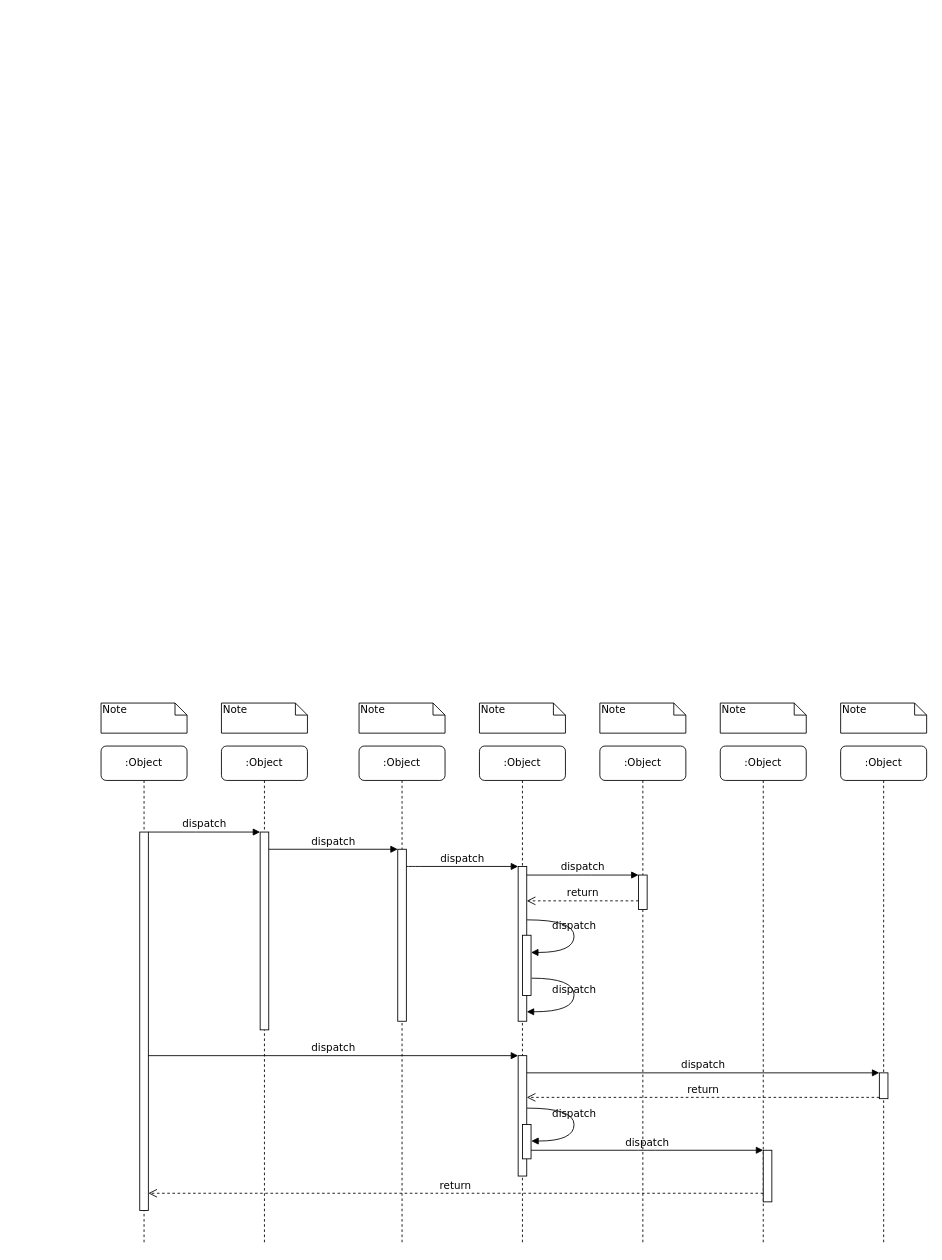
Before: Biểu đồ không có tiêu đề.drawio in trandai2k17/aspnet_html, a draw.io diagram. Source tidied: cells renumbered, new cells numbered last; positions are measured from the earlier drawing's top-left corner, leaving out a move shared by most shapes. Both pictures are drawn from the tidied source at 86%, with x=0, y=0 at pixel (101, 703).
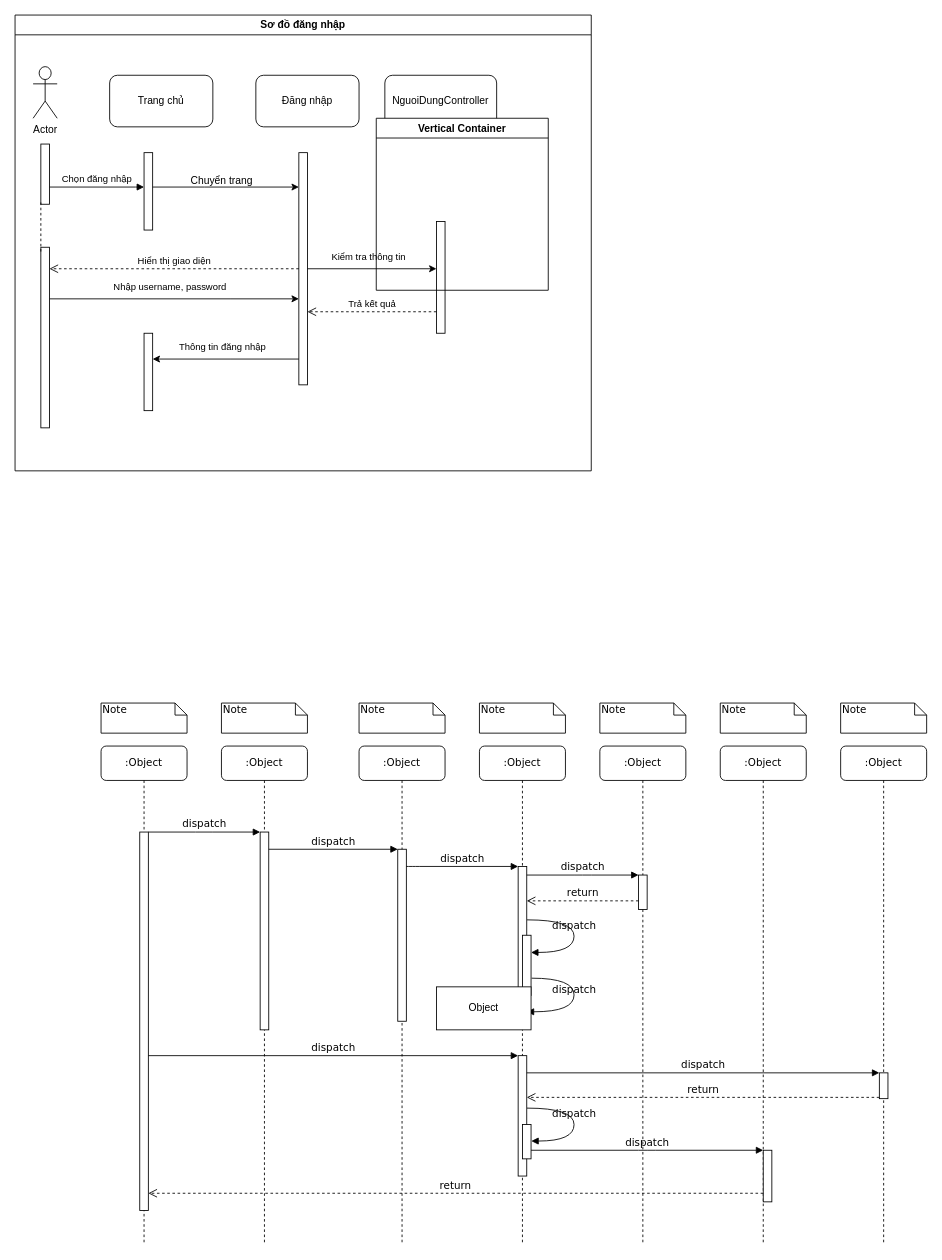
The same diagram, later.

Commit message:
Cập nhật Biểu đồ không có tiêu đề.drawio

Diff of the diagram source:
```diff
@@
+    <mxCell id="39" value="Object" style="html=1;whiteSpace=wrap;" parent="1" vertex="1">
+      <mxGeometry x="390" y="330" width="110" height="50" as="geometry" />
+    </mxCell>
+    <mxCell id="40" value="Actor" style="shape=umlActor;verticalLabelPosition=bottom;verticalAlign=top;html=1;" parent="1" vertex="1">
+      <mxGeometry x="-79" y="-740" width="28" height="60" as="geometry" />
+    </mxCell>
+    <mxCell id="41" style="html=1;points=[[0,0,0,0,5],[0,1,0,0,-5],[1,0,0,0,5],[1,1,0,0,-5]];perimeter=orthogonalPerimeter;outlineConnect=0;targetShapes=umlLifeline;portConstraint=eastwest;newEdgeStyle={&quot;curved&quot;:0,&quot;rounded&quot;:0};" parent="1" vertex="1">
+      <mxGeometry x="50" y="-640" width="10" height="90" as="geometry" />
+    </mxCell>
+    <mxCell id="42" value="Chọn đăng nhập" style="html=1;verticalAlign=bottom;endArrow=block;curved=0;rounded=0;" parent="1" edge="1" source="52" target="41">
+      <mxGeometry relative="1" as="geometry">
+        <Array as="points">
+          <mxPoint x="40" y="-600" />
+        </Array>
+      </mxGeometry>
+    </mxCell>
+    <mxCell id="43" style="html=1;points=[[0,0,0,0,5],[0,1,0,0,-5],[1,0,0,0,5],[1,1,0,0,-5]];perimeter=orthogonalPerimeter;outlineConnect=0;targetShapes=umlLifeline;portConstraint=eastwest;newEdgeStyle={&quot;curved&quot;:0,&quot;rounded&quot;:0};" parent="1" vertex="1">
+      <mxGeometry x="230" y="-640" width="10" height="270" as="geometry" />
+    </mxCell>
+    <mxCell id="44" value="Trang chủ" style="rounded=1;whiteSpace=wrap;html=1;" parent="1" vertex="1">
+      <mxGeometry x="10" y="-730" width="120" height="60" as="geometry" />
+    </mxCell>
+    <mxCell id="45" value="Đăng nhập" style="rounded=1;whiteSpace=wrap;html=1;" parent="1" vertex="1">
+      <mxGeometry x="180" y="-730" width="120" height="60" as="geometry" />
+    </mxCell>
+    <mxCell id="46" style="html=1;points=[[0,0,0,0,5],[0,1,0,0,-5],[1,0,0,0,5],[1,1,0,0,-5]];perimeter=orthogonalPerimeter;outlineConnect=0;targetShapes=umlLifeline;portConstraint=eastwest;newEdgeStyle={&quot;curved&quot;:0,&quot;rounded&quot;:0};" parent="1" vertex="1">
+      <mxGeometry x="390" y="-560" width="10" height="130" as="geometry" />
+    </mxCell>
+    <mxCell id="47" value="NguoiDungController" style="rounded=1;whiteSpace=wrap;html=1;" parent="1" vertex="1">
+      <mxGeometry x="330" y="-730" width="130" height="60" as="geometry" />
+    </mxCell>
+    <mxCell id="48" value="Hiển thị giao diện" style="html=1;verticalAlign=bottom;endArrow=open;dashed=1;endSize=8;curved=0;rounded=0;" parent="1" edge="1" source="43" target="51">
+      <mxGeometry relative="1" as="geometry" />
+    </mxCell>
+    <mxCell id="49" style="edgeStyle=orthogonalEdgeStyle;rounded=0;orthogonalLoop=1;jettySize=auto;html=1;curved=0;" parent="1" edge="1">
+      <mxGeometry relative="1" as="geometry">
+        <mxPoint x="-60" y="-470" as="sourcePoint" />
+        <mxPoint x="230" y="-470" as="targetPoint" />
+        <Array as="points">
+          <mxPoint x="150" y="-470" />
+          <mxPoint x="150" y="-470" />
+        </Array>
+      </mxGeometry>
+    </mxCell>
+    <mxCell id="50" value="Nhập username, password" style="edgeLabel;html=1;align=center;verticalAlign=middle;" parent="49" vertex="1">
+      <mxGeometry x="0.14" y="-2" relative="1" as="geometry">
+        <mxPoint x="-26" y="-17" as="offset" />
+      </mxGeometry>
+    </mxCell>
+    <mxCell id="51" style="html=1;points=[[0,0,0,0,5],[0,1,0,0,-5],[1,0,0,0,5],[1,1,0,0,-5]];perimeter=orthogonalPerimeter;outlineConnect=0;targetShapes=umlLifeline;portConstraint=eastwest;newEdgeStyle={&quot;curved&quot;:0,&quot;rounded&quot;:0};" parent="1" vertex="1">
+      <mxGeometry x="-70" y="-530" width="10" height="210" as="geometry" />
+    </mxCell>
+    <mxCell id="52" style="html=1;points=[[0,0,0,0,5],[0,1,0,0,-5],[1,0,0,0,5],[1,1,0,0,-5]];perimeter=orthogonalPerimeter;outlineConnect=0;targetShapes=umlLifeline;portConstraint=eastwest;newEdgeStyle={&quot;curved&quot;:0,&quot;rounded&quot;:0};" parent="1" vertex="1">
+      <mxGeometry x="-70" y="-650" width="10" height="70" as="geometry" />
+    </mxCell>
+    <mxCell id="53" style="endArrow=none;dashed=1;html=1;rounded=0;entryX=0;entryY=1;entryDx=0;entryDy=-5;entryPerimeter=0;exitX=0;exitY=0;exitDx=0;exitDy=5;exitPerimeter=0;" parent="1" edge="1" source="51" target="52">
+      <mxGeometry relative="1" as="geometry" />
+    </mxCell>
+    <mxCell id="54" style="endArrow=classic;html=1;rounded=0;" parent="1" edge="1" source="41" target="43">
+      <mxGeometry relative="1" as="geometry">
+        <Array as="points">
+          <mxPoint x="120" y="-600" />
+        </Array>
+      </mxGeometry>
+    </mxCell>
+    <mxCell id="55" value="Chuyển trang" style="text;html=1;align=center;verticalAlign=middle;strokeColor=none;fillColor=none;" parent="1" vertex="1">
+      <mxGeometry x="90" y="-622" width="100" height="30" as="geometry" />
+    </mxCell>
+    <mxCell id="56" style="endArrow=classic;html=1;rounded=0;" parent="1" edge="1" source="43" target="46">
+      <mxGeometry relative="1" as="geometry" />
+    </mxCell>
+    <mxCell id="57" value="Kiểm tra thông tin" style="edgeLabel;html=1;align=center;verticalAlign=middle;" parent="56" vertex="1">
+      <mxGeometry x="0.44" y="1" relative="1" as="geometry">
+        <mxPoint x="-38" y="-14" as="offset" />
+      </mxGeometry>
+    </mxCell>
+    <mxCell id="58" value="Trả kết quả" style="html=1;verticalAlign=bottom;endArrow=open;dashed=1;endSize=8;curved=0;rounded=0;" parent="1" edge="1">
+      <mxGeometry relative="1" as="geometry">
+        <mxPoint x="390" y="-455" as="sourcePoint" />
+        <mxPoint x="240" y="-455" as="targetPoint" />
+        <Array as="points">
+          <mxPoint x="360" y="-455" />
+        </Array>
+      </mxGeometry>
+    </mxCell>
+    <mxCell id="59" style="html=1;points=[[0,0,0,0,5],[0,1,0,0,-5],[1,0,0,0,5],[1,1,0,0,-5]];perimeter=orthogonalPerimeter;outlineConnect=0;targetShapes=umlLifeline;portConstraint=eastwest;newEdgeStyle={&quot;curved&quot;:0,&quot;rounded&quot;:0};" parent="1" vertex="1">
+      <mxGeometry x="50" y="-430" width="10" height="90" as="geometry" />
+    </mxCell>
+    <mxCell id="60" style="endArrow=classic;html=1;rounded=0;" parent="1" edge="1" source="43" target="59">
+      <mxGeometry relative="1" as="geometry">
+        <Array as="points">
+          <mxPoint x="150" y="-400" />
+        </Array>
+      </mxGeometry>
+    </mxCell>
+    <mxCell id="61" value="Thông tin đăng nhập" style="edgeLabel;html=1;align=center;verticalAlign=middle;" parent="60" vertex="1">
+      <mxGeometry x="0.08" y="-3" relative="1" as="geometry">
+        <mxPoint x="2" y="-12" as="offset" />
+      </mxGeometry>
+    </mxCell>
+    <mxCell id="62" value="Vertical Container" style="swimlane;whiteSpace=wrap;html=1;" parent="1" vertex="1">
+      <mxGeometry x="320" y="-680" width="200" height="200" as="geometry" />
+    </mxCell>
+    <mxCell id="63" value="Sơ đồ đăng nhập" style="swimlane;whiteSpace=wrap;html=1;" parent="1" vertex="1">
+      <mxGeometry x="-100" y="-800" width="670" height="530" as="geometry" />
+    </mxCell>
```
